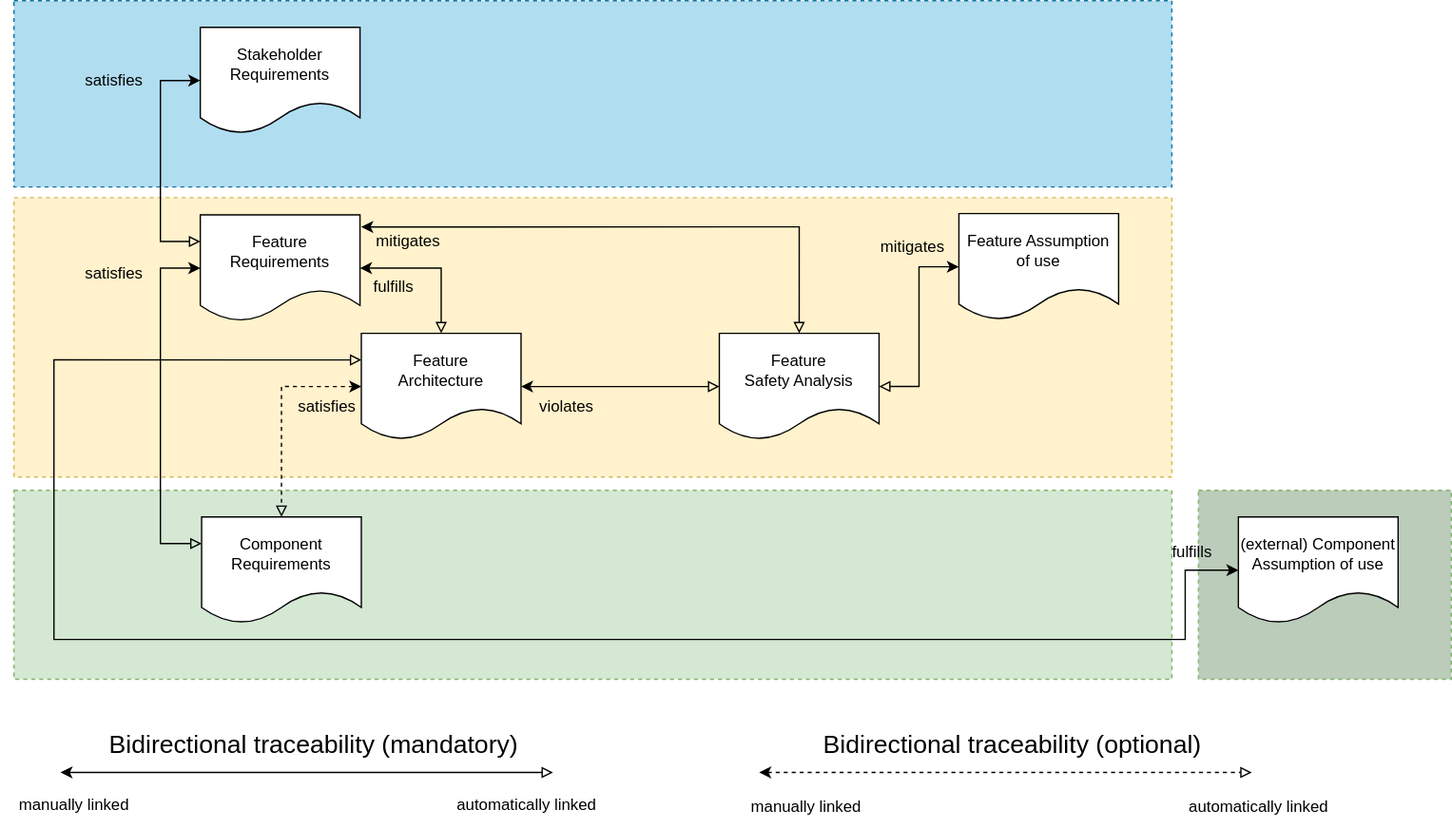
This is pr-141/_images/score_traceability_model_feat_overview.drawio.svg from eclipse-score/process_description, a draw.io export, as it was before one commit. Source tidied: cells renumbered, new cells last; positions are measured from the earlier drawing's top-left corner, leaving out a move shared by most shapes. Source of this version:
```xml
<mxGraphModel>
  <root>
    <mxCell id="0" />
    <mxCell id="1" parent="0" />
    <mxCell id="2" style="rounded=0;whiteSpace=wrap;html=1;dashed=1;fillColor=#fff2cc;strokeColor=#d6b656;" parent="1" vertex="1">
      <mxGeometry x="10" y="148" width="870" height="210" as="geometry" />
    </mxCell>
    <mxCell id="3" style="rounded=0;whiteSpace=wrap;html=1;dashed=1;fillColor=#d5e8d4;strokeColor=#82b366;" parent="1" vertex="1">
      <mxGeometry x="10" y="368" width="870" height="142" as="geometry" />
    </mxCell>
    <mxCell id="4" value="Feature Requirements" style="shape=document;whiteSpace=wrap;html=1;boundedLbl=1;" parent="1" vertex="1">
      <mxGeometry x="150" y="161" width="120" height="80" as="geometry" />
    </mxCell>
    <mxCell id="5" style="edgeStyle=orthogonalEdgeStyle;rounded=0;jettySize=auto;html=1;entryX=0;entryY=0.5;entryDx=0;entryDy=0;startArrow=block;startFill=0;exitX=0;exitY=0.25;exitDx=0;exitDy=0;endArrow=classic;endFill=1;" parent="1" edge="1" source="6" target="4">
      <mxGeometry relative="1" as="geometry">
        <Array as="points">
          <mxPoint x="120" y="408" />
          <mxPoint x="120" y="201" />
        </Array>
      </mxGeometry>
    </mxCell>
    <mxCell id="6" value="Component Requirements" style="shape=document;whiteSpace=wrap;html=1;boundedLbl=1;" parent="1" vertex="1">
      <mxGeometry x="151" y="388" width="120" height="80" as="geometry" />
    </mxCell>
    <mxCell id="7" style="edgeStyle=orthogonalEdgeStyle;rounded=0;jettySize=auto;html=1;entryX=1;entryY=0.5;entryDx=0;entryDy=0;exitX=0.5;exitY=0;exitDx=0;exitDy=0;startArrow=block;startFill=0;" parent="1" edge="1" source="10" target="4">
      <mxGeometry relative="1" as="geometry" />
    </mxCell>
    <mxCell id="8" style="edgeStyle=orthogonalEdgeStyle;rounded=0;jettySize=auto;html=1;entryX=0.5;entryY=0;entryDx=0;entryDy=0;startArrow=classic;startFill=1;exitX=0;exitY=0.5;exitDx=0;exitDy=0;dashed=1;endArrow=block;endFill=0;" parent="1" edge="1" source="10" target="6">
      <mxGeometry relative="1" as="geometry" />
    </mxCell>
    <mxCell id="9" style="edgeStyle=orthogonalEdgeStyle;rounded=0;jettySize=auto;html=1;startArrow=classic;startFill=1;endArrow=block;endFill=0;" parent="1" edge="1" source="10" target="21">
      <mxGeometry relative="1" as="geometry" />
    </mxCell>
    <mxCell id="10" value="Feature&lt;br&gt;Architecture" style="shape=document;whiteSpace=wrap;html=1;boundedLbl=1;" parent="1" vertex="1">
      <mxGeometry x="271" y="250" width="120" height="80" as="geometry" />
    </mxCell>
    <mxCell id="11" value="&lt;div style=&quot;font-family: Consolas, &amp;quot;Courier New&amp;quot;, monospace; line-height: 19px;&quot;&gt;&lt;br&gt;&lt;/div&gt;" style="text;html=1;align=center;verticalAlign=middle;strokeColor=none;fillColor=none;fontSize=6;fontColor=#000000;" parent="1" vertex="1">
      <mxGeometry x="195" y="196" width="20" height="30" as="geometry" />
    </mxCell>
    <mxCell id="12" style="rounded=0;whiteSpace=wrap;html=1;dashed=1;fillColor=#BBCCBA;strokeColor=#82b366;" parent="1" vertex="1">
      <mxGeometry x="900" y="368" width="190" height="142" as="geometry" />
    </mxCell>
    <mxCell id="13" style="edgeStyle=orthogonalEdgeStyle;rounded=0;jettySize=auto;html=1;entryX=0;entryY=0.25;entryDx=0;entryDy=0;fontSize=19;startArrow=classic;startFill=1;exitX=0;exitY=0.5;exitDx=0;exitDy=0;endArrow=block;endFill=0;" parent="1" edge="1" source="14" target="10">
      <mxGeometry relative="1" as="geometry">
        <Array as="points">
          <mxPoint x="890" y="428" />
          <mxPoint x="890" y="480" />
          <mxPoint x="40" y="480" />
          <mxPoint x="40" y="270" />
        </Array>
      </mxGeometry>
    </mxCell>
    <mxCell id="14" value="(external) Component Assumption of use" style="shape=document;whiteSpace=wrap;html=1;boundedLbl=1;" parent="1" vertex="1">
      <mxGeometry x="930" y="388" width="120" height="80" as="geometry" />
    </mxCell>
    <mxCell id="15" style="rounded=0;whiteSpace=wrap;html=1;dashed=1;fillColor=#b1ddf0;strokeColor=#10739e;" parent="1" vertex="1">
      <mxGeometry x="10" width="870" height="140" as="geometry" />
    </mxCell>
    <mxCell id="16" style="edgeStyle=orthogonalEdgeStyle;rounded=0;jettySize=auto;html=1;entryX=0;entryY=0.25;entryDx=0;entryDy=0;startArrow=classic;startFill=1;exitX=0;exitY=0.5;exitDx=0;exitDy=0;endArrow=block;endFill=0;" parent="1" edge="1" source="17" target="4">
      <mxGeometry relative="1" as="geometry">
        <Array as="points">
          <mxPoint x="120" y="60" />
          <mxPoint x="120" y="181" />
        </Array>
      </mxGeometry>
    </mxCell>
    <mxCell id="17" value="Stakeholder&lt;br&gt;Requirements" style="shape=document;whiteSpace=wrap;html=1;boundedLbl=1;" parent="1" vertex="1">
      <mxGeometry x="150" y="20" width="120" height="80" as="geometry" />
    </mxCell>
    <mxCell id="18" value="Feature Assumption of use" style="shape=document;whiteSpace=wrap;html=1;boundedLbl=1;" parent="1" vertex="1">
      <mxGeometry x="720" y="160" width="120" height="80" as="geometry" />
    </mxCell>
    <mxCell id="19" style="edgeStyle=orthogonalEdgeStyle;rounded=0;jettySize=auto;html=1;entryX=0;entryY=0.5;entryDx=0;entryDy=0;startArrow=block;startFill=0;endArrow=classic;endFill=1;" parent="1" edge="1" source="21" target="18">
      <mxGeometry relative="1" as="geometry" />
    </mxCell>
    <mxCell id="20" style="edgeStyle=orthogonalEdgeStyle;rounded=0;jettySize=auto;html=1;entryX=1.008;entryY=0.113;entryDx=0;entryDy=0;exitX=0.5;exitY=0;exitDx=0;exitDy=0;startArrow=block;startFill=0;entryPerimeter=0;endArrow=classic;endFill=1;" parent="1" edge="1" source="21" target="4">
      <mxGeometry relative="1" as="geometry">
        <Array as="points">
          <mxPoint x="600" y="170" />
        </Array>
      </mxGeometry>
    </mxCell>
    <mxCell id="21" value="Feature&lt;br&gt;Safety Analysis" style="shape=document;whiteSpace=wrap;html=1;boundedLbl=1;" parent="1" vertex="1">
      <mxGeometry x="540" y="250" width="120" height="80" as="geometry" />
    </mxCell>
    <mxCell id="22" style="edgeStyle=orthogonalEdgeStyle;rounded=0;orthogonalLoop=1;jettySize=auto;html=1;startArrow=classic;startFill=1;endArrow=block;endFill=0;" parent="1" edge="1">
      <mxGeometry x="0.38" y="5" relative="1" as="geometry">
        <mxPoint x="45" y="580" as="sourcePoint" />
        <mxPoint x="415" y="580" as="targetPoint" />
        <Array as="points">
          <mxPoint x="62" y="580" />
        </Array>
      </mxGeometry>
    </mxCell>
    <mxCell id="23" value="Bidirectional traceability (mandatory)" style="text;html=1;align=center;verticalAlign=middle;strokeColor=none;fillColor=none;fontSize=19;" parent="1" vertex="1">
      <mxGeometry x="70" y="540" width="330" height="40" as="geometry" />
    </mxCell>
    <mxCell id="24" style="edgeStyle=orthogonalEdgeStyle;rounded=0;orthogonalLoop=1;jettySize=auto;html=1;startArrow=classic;startFill=1;dashed=1;endArrow=block;endFill=0;" parent="1" edge="1">
      <mxGeometry x="0.38" y="5" relative="1" as="geometry">
        <mxPoint x="570" y="580" as="sourcePoint" />
        <mxPoint x="940" y="580" as="targetPoint" />
        <Array as="points">
          <mxPoint x="587" y="580" />
        </Array>
      </mxGeometry>
    </mxCell>
    <mxCell id="25" value="Bidirectional traceability (optional)" style="text;html=1;align=center;verticalAlign=middle;strokeColor=none;fillColor=none;fontSize=19;" parent="1" vertex="1">
      <mxGeometry x="605" y="540" width="310" height="40" as="geometry" />
    </mxCell>
    <mxCell id="26" value="manually linked" style="text;html=1;align=center;verticalAlign=middle;strokeColor=none;fillColor=none;" parent="1" vertex="1">
      <mxGeometry y="590" width="110" height="30" as="geometry" />
    </mxCell>
    <mxCell id="27" value="automatically linked" style="text;html=1;align=center;verticalAlign=middle;strokeColor=none;fillColor=none;" parent="1" vertex="1">
      <mxGeometry x="330" y="590" width="130" height="30" as="geometry" />
    </mxCell>
    <mxCell id="28" value="manually linked" style="text;html=1;align=center;verticalAlign=middle;strokeColor=none;fillColor=none;" parent="1" vertex="1">
      <mxGeometry x="550" y="591" width="110" height="30" as="geometry" />
    </mxCell>
    <mxCell id="29" value="automatically linked" style="text;html=1;align=center;verticalAlign=middle;strokeColor=none;fillColor=none;" parent="1" vertex="1">
      <mxGeometry x="880" y="591" width="130" height="30" as="geometry" />
    </mxCell>
    <mxCell id="30" value="satisfies" style="text;html=1;align=center;verticalAlign=middle;strokeColor=none;fillColor=none;" parent="1" vertex="1">
      <mxGeometry x="50" y="45" width="70" height="30" as="geometry" />
    </mxCell>
    <mxCell id="31" value="satisfies" style="text;html=1;align=center;verticalAlign=middle;strokeColor=none;fillColor=none;" parent="1" vertex="1">
      <mxGeometry x="50" y="190" width="70" height="30" as="geometry" />
    </mxCell>
    <mxCell id="32" value="fulfills" style="text;html=1;align=center;verticalAlign=middle;strokeColor=none;fillColor=none;" parent="1" vertex="1">
      <mxGeometry x="870" y="400" width="50" height="30" as="geometry" />
    </mxCell>
    <mxCell id="33" value="satisfies" style="text;html=1;align=center;verticalAlign=middle;strokeColor=none;fillColor=none;" parent="1" vertex="1">
      <mxGeometry x="210" y="290" width="70" height="30" as="geometry" />
    </mxCell>
    <mxCell id="34" value="fulfills" style="text;html=1;align=center;verticalAlign=middle;strokeColor=none;fillColor=none;" parent="1" vertex="1">
      <mxGeometry x="270" y="200" width="50" height="30" as="geometry" />
    </mxCell>
    <mxCell id="35" value="mitigates" style="text;html=1;align=center;verticalAlign=middle;strokeColor=none;fillColor=none;" parent="1" vertex="1">
      <mxGeometry x="650" y="170" width="70" height="30" as="geometry" />
    </mxCell>
    <mxCell id="36" value="mitigates" style="text;html=1;align=center;verticalAlign=middle;strokeColor=none;fillColor=none;" parent="1" vertex="1">
      <mxGeometry x="271" y="166" width="70" height="30" as="geometry" />
    </mxCell>
    <mxCell id="37" value="violates" style="text;html=1;align=center;verticalAlign=middle;strokeColor=none;fillColor=none;" parent="1" vertex="1">
      <mxGeometry x="395" y="290" width="60" height="30" as="geometry" />
    </mxCell>
  </root>
</mxGraphModel>
```
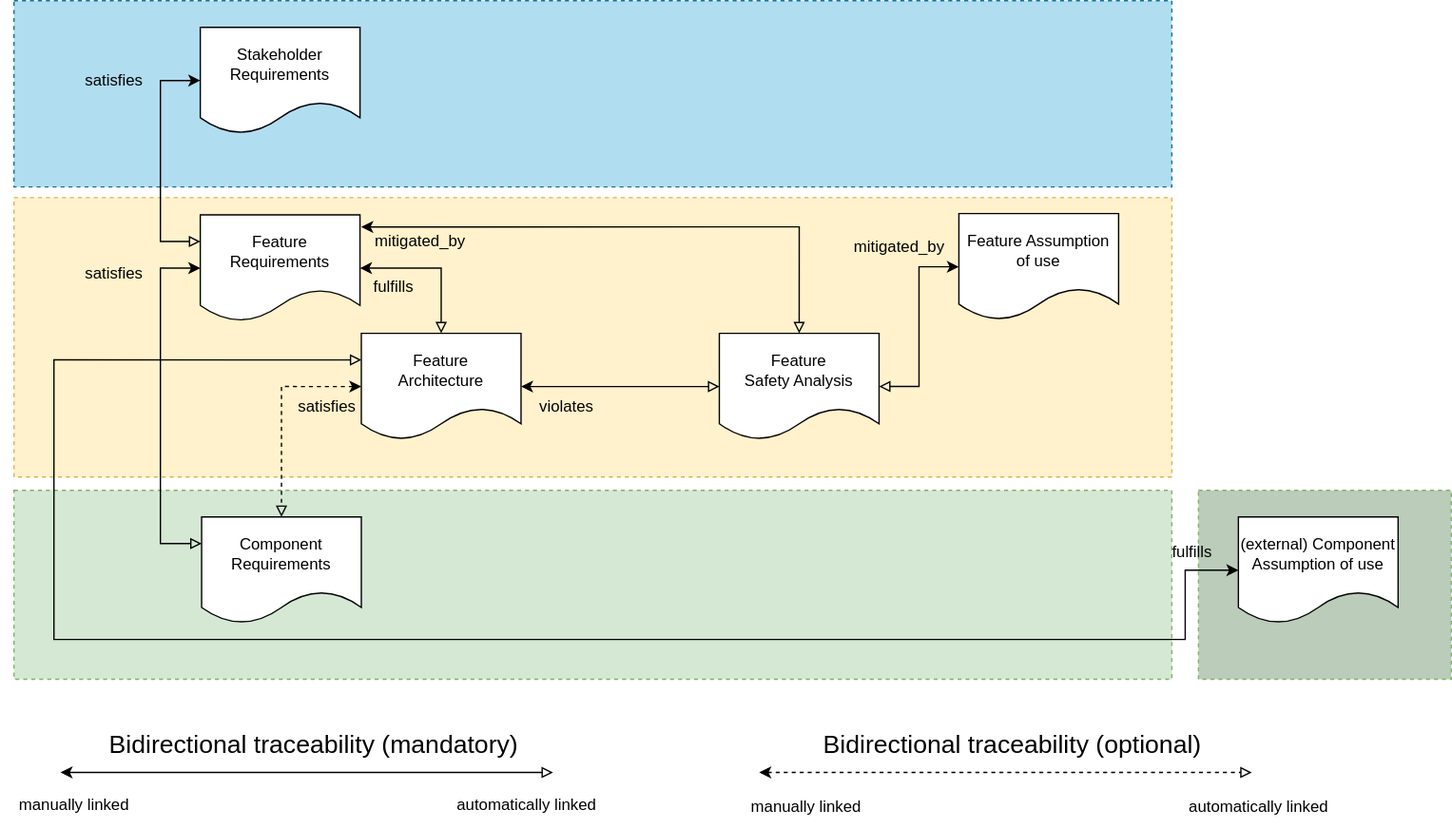
After the change.

Diff of the diagram source:
```diff
@@ -134,11 +134,11 @@
     <mxCell id="34" value="fulfills" style="text;html=1;align=center;verticalAlign=middle;strokeColor=none;fillColor=none;" parent="1" vertex="1">
       <mxGeometry x="270" y="200" width="50" height="30" as="geometry" />
     </mxCell>
-    <mxCell id="35" value="mitigates" style="text;html=1;align=center;verticalAlign=middle;strokeColor=none;fillColor=none;" parent="1" vertex="1">
-      <mxGeometry x="650" y="170" width="70" height="30" as="geometry" />
+    <mxCell id="35" value="mitigated_by" style="text;html=1;align=center;verticalAlign=middle;strokeColor=none;fillColor=none;" parent="1" vertex="1">
+      <mxGeometry x="630" y="170" width="90" height="30" as="geometry" />
     </mxCell>
-    <mxCell id="36" value="mitigates" style="text;html=1;align=center;verticalAlign=middle;strokeColor=none;fillColor=none;" parent="1" vertex="1">
-      <mxGeometry x="271" y="166" width="70" height="30" as="geometry" />
+    <mxCell id="36" value="mitigated_by" style="text;html=1;align=center;verticalAlign=middle;strokeColor=none;fillColor=none;" parent="1" vertex="1">
+      <mxGeometry x="270" y="166" width="90" height="30" as="geometry" />
     </mxCell>
     <mxCell id="37" value="violates" style="text;html=1;align=center;verticalAlign=middle;strokeColor=none;fillColor=none;" parent="1" vertex="1">
       <mxGeometry x="395" y="290" width="60" height="30" as="geometry" />
```
